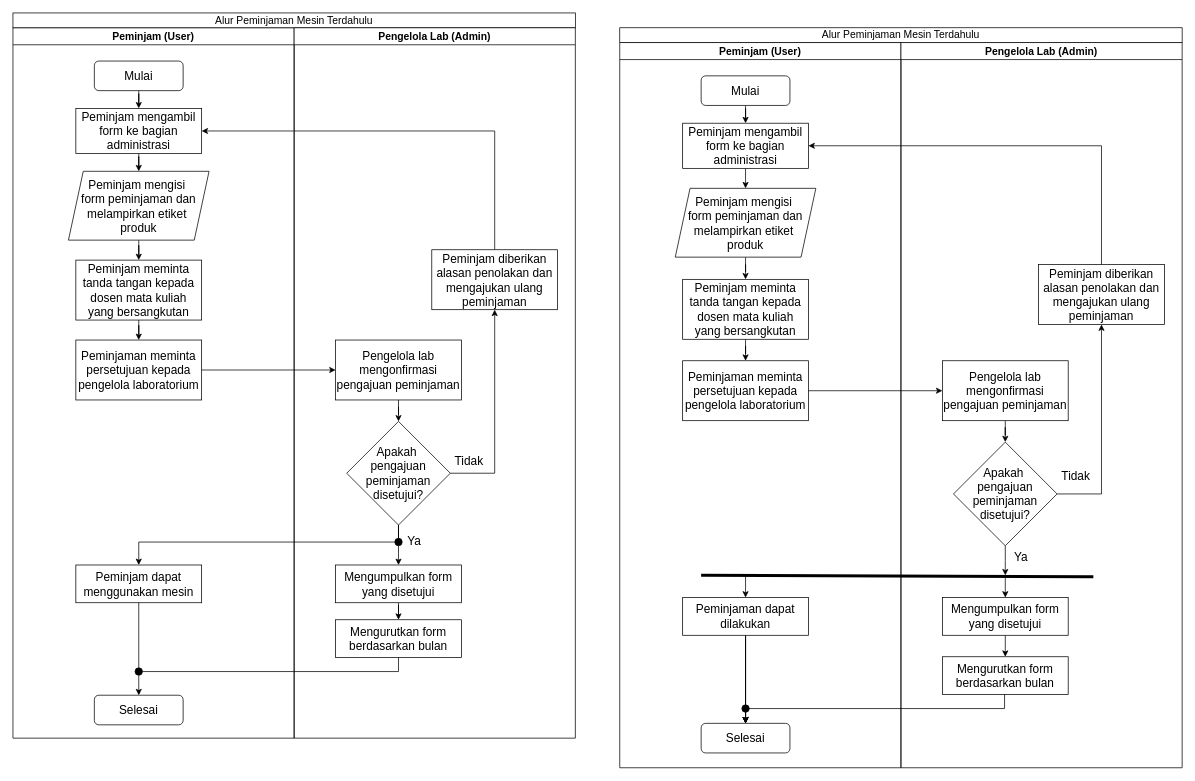
The draw.io diagram page "Salinan Alur Peminjaman Mesin Terdahulu" (10 of 11) of Diagram Aktivitas Admin.drawio.xml in murtianggraeni/TugasAkhir_Flowchart, before the edit. Source tidied: cells renumbered, new cells numbered last; positions are measured from the earlier drawing's top-left corner, leaving out a move shared by most shapes. Both pictures are drawn from the tidied source at 74%, with x=0, y=0 at pixel (13, 13).
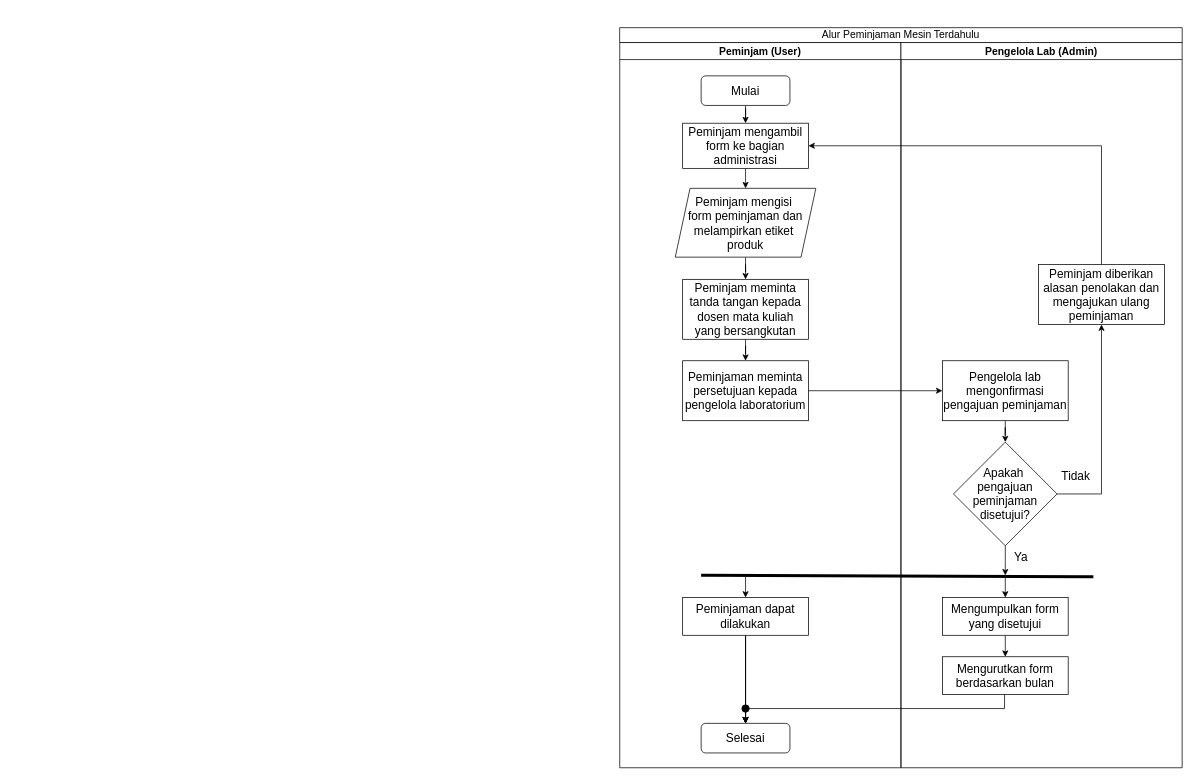
Above is the later version.

What changed in the source:
```diff
@@
-    <mxCell id="2" value="&lt;font style=&quot;font-size: 14px;&quot;&gt;Peminjam (User)&lt;/font&gt;" style="swimlane;whiteSpace=wrap;html=1;" parent="1" vertex="1">
-      <mxGeometry y="20" width="380" height="960" as="geometry" />
-    </mxCell>
-    <mxCell id="3" style="edgeStyle=orthogonalEdgeStyle;rounded=0;jettySize=auto;html=1;entryX=0.5;entryY=0;entryDx=0;entryDy=0;" parent="2" edge="1" source="4" target="6">
-      <mxGeometry relative="1" as="geometry" />
-    </mxCell>
-    <mxCell id="4" value="&lt;span style=&quot;font-size: 16px;&quot;&gt;Mulai&lt;/span&gt;" style="rounded=1;whiteSpace=wrap;html=1;" parent="2" vertex="1">
-      <mxGeometry x="110" y="45" width="120" height="40" as="geometry" />
-    </mxCell>
-    <mxCell id="5" style="edgeStyle=orthogonalEdgeStyle;rounded=0;jettySize=auto;html=1;entryX=0.5;entryY=0;entryDx=0;entryDy=0;" parent="2" edge="1" source="6" target="12">
-      <mxGeometry relative="1" as="geometry" />
-    </mxCell>
-    <mxCell id="6" value="&lt;div style=&quot;&quot;&gt;&lt;span style=&quot;font-size: 16px; background-color: initial;&quot;&gt;Peminjam mengambil form ke bagian administrasi&lt;/span&gt;&lt;/div&gt;" style="rounded=0;whiteSpace=wrap;html=1;align=center;" parent="2" vertex="1">
-      <mxGeometry x="85" y="109" width="170" height="61" as="geometry" />
-    </mxCell>
-    <mxCell id="7" style="edgeStyle=orthogonalEdgeStyle;rounded=0;jettySize=auto;html=1;" parent="2" edge="1" source="8" target="10">
-      <mxGeometry relative="1" as="geometry" />
-    </mxCell>
-    <mxCell id="8" value="&lt;div style=&quot;&quot;&gt;&lt;span style=&quot;font-size: 16px; background-color: initial;&quot;&gt;Peminjam meminta tanda tangan kepada dosen mata kuliah yang bersangkutan&lt;/span&gt;&lt;/div&gt;" style="rounded=0;whiteSpace=wrap;html=1;align=center;" parent="2" vertex="1">
-      <mxGeometry x="85" y="314" width="170" height="81" as="geometry" />
-    </mxCell>
-    <mxCell id="9" value="&lt;span style=&quot;font-size: 16px;&quot;&gt;Selesai&lt;/span&gt;" style="rounded=1;whiteSpace=wrap;html=1;" parent="2" vertex="1">
-      <mxGeometry x="110" y="902" width="120" height="40" as="geometry" />
-    </mxCell>
-    <mxCell id="10" value="&lt;div style=&quot;&quot;&gt;&lt;span style=&quot;font-size: 16px; background-color: initial;&quot;&gt;Peminjaman meminta persetujuan kepada pengelola laboratorium&lt;/span&gt;&lt;/div&gt;" style="rounded=0;whiteSpace=wrap;html=1;align=center;" parent="2" vertex="1">
-      <mxGeometry x="85" y="422" width="170" height="81" as="geometry" />
-    </mxCell>
-    <mxCell id="11" style="edgeStyle=orthogonalEdgeStyle;rounded=0;jettySize=auto;html=1;" parent="2" edge="1" source="12" target="8">
-      <mxGeometry relative="1" as="geometry" />
-    </mxCell>
-    <mxCell id="12" value="&lt;span style=&quot;font-size: 16px;&quot;&gt;Peminjam mengisi&amp;nbsp;&lt;/span&gt;&lt;div&gt;&lt;span style=&quot;font-size: 16px;&quot;&gt;form peminjaman dan melampirkan etiket&amp;nbsp;&lt;/span&gt;&lt;/div&gt;&lt;div&gt;&lt;span style=&quot;font-size: 16px;&quot;&gt;produk&lt;/span&gt;&lt;/div&gt;" style="shape=parallelogram;perimeter=parallelogramPerimeter;whiteSpace=wrap;html=1;fixedSize=1;" parent="2" vertex="1">
-      <mxGeometry x="75" y="194" width="190" height="93" as="geometry" />
-    </mxCell>
-    <mxCell id="13" style="ellipse;whiteSpace=wrap;html=1;fillColor=#000000;" parent="2" vertex="1">
-      <mxGeometry x="165" y="865" width="10" height="10" as="geometry" />
-    </mxCell>
-    <mxCell id="14" style="edgeStyle=orthogonalEdgeStyle;rounded=0;jettySize=auto;html=1;entryX=0.5;entryY=0;entryDx=0;entryDy=0;" parent="2" edge="1" source="13" target="9">
-      <mxGeometry relative="1" as="geometry">
-        <Array as="points">
-          <mxPoint x="170" y="900" />
-        </Array>
-      </mxGeometry>
-    </mxCell>
-    <mxCell id="15" value="&lt;font style=&quot;font-size: 14px;&quot;&gt;Alur Peminjaman Mesin Terdahulu&lt;/font&gt;" style="rounded=0;whiteSpace=wrap;html=1;" parent="1" vertex="1">
-      <mxGeometry width="760" height="20" as="geometry" />
-    </mxCell>
-    <mxCell id="16" value="&lt;font style=&quot;font-size: 14px;&quot;&gt;Pengelola Lab (Admin)&lt;/font&gt;" style="swimlane;whiteSpace=wrap;html=1;" parent="1" vertex="1">
-      <mxGeometry x="380" y="20" width="380" height="960" as="geometry" />
-    </mxCell>
-    <mxCell id="17" style="edgeStyle=orthogonalEdgeStyle;rounded=0;jettySize=auto;html=1;" parent="16" edge="1" source="18" target="22">
-      <mxGeometry relative="1" as="geometry" />
-    </mxCell>
-    <mxCell id="18" value="&lt;div style=&quot;&quot;&gt;&lt;span style=&quot;font-size: 16px; background-color: initial;&quot;&gt;Pengelola lab mengonfirmasi pengajuan peminjaman&lt;/span&gt;&lt;/div&gt;" style="rounded=0;whiteSpace=wrap;html=1;align=center;" parent="16" vertex="1">
-      <mxGeometry x="56" y="422" width="170" height="81" as="geometry" />
-    </mxCell>
-    <mxCell id="19" style="edgeStyle=orthogonalEdgeStyle;rounded=0;jettySize=auto;html=1;entryX=0.5;entryY=0;entryDx=0;entryDy=0;" parent="16" edge="1" source="29" target="20">
-      <mxGeometry relative="1" as="geometry" />
-    </mxCell>
-    <mxCell id="20" value="&lt;div style=&quot;&quot;&gt;&lt;span style=&quot;font-size: 16px;&quot;&gt;Mengurutkan form berdasarkan bulan&lt;/span&gt;&lt;/div&gt;" style="rounded=0;whiteSpace=wrap;html=1;align=center;" parent="16" vertex="1">
-      <mxGeometry x="56" y="800" width="170" height="51" as="geometry" />
-    </mxCell>
-    <mxCell id="21" style="edgeStyle=orthogonalEdgeStyle;rounded=0;jettySize=auto;html=1;entryX=0.5;entryY=0;entryDx=0;entryDy=0;endArrow=none;endFill=0;" parent="16" edge="1" source="22" target="26">
-      <mxGeometry relative="1" as="geometry" />
-    </mxCell>
-    <mxCell id="22" value="&lt;font style=&quot;font-size: 16px;&quot;&gt;Apakah&amp;nbsp;&lt;/font&gt;&lt;div&gt;&lt;font style=&quot;font-size: 16px;&quot;&gt;pengajuan peminjaman disetujui?&lt;/font&gt;&lt;/div&gt;" style="rhombus;whiteSpace=wrap;html=1;" parent="16" vertex="1">
-      <mxGeometry x="71" y="532" width="140" height="140" as="geometry" />
-    </mxCell>
-    <mxCell id="23" style="edgeStyle=orthogonalEdgeStyle;rounded=0;jettySize=auto;html=1;exitX=0.5;exitY=1;exitDx=0;exitDy=0;entryX=0.5;entryY=0;entryDx=0;entryDy=0;" parent="16" edge="1" source="26" target="29">
-      <mxGeometry relative="1" as="geometry" />
-    </mxCell>
-    <mxCell id="24" value="&lt;font style=&quot;font-size: 16px;&quot;&gt;Ya&lt;/font&gt;" style="edgeLabel;html=1;align=center;verticalAlign=middle;" parent="23" vertex="1">
-      <mxGeometry x="0.06" relative="1" as="geometry">
-        <mxPoint x="20" y="-21" as="offset" />
-      </mxGeometry>
-    </mxCell>
-    <mxCell id="25" value="&lt;font style=&quot;font-size: 16px;&quot;&gt;Tidak&lt;/font&gt;" style="text;html=1;align=center;verticalAlign=middle;strokeColor=none;fillColor=none;" parent="16" vertex="1">
-      <mxGeometry x="206" y="570" width="60" height="30" as="geometry" />
-    </mxCell>
-    <mxCell id="26" style="ellipse;whiteSpace=wrap;html=1;fillColor=#000000;" parent="16" vertex="1">
-      <mxGeometry x="136" y="690" width="10" height="10" as="geometry" />
-    </mxCell>
-    <mxCell id="27" value="&lt;div style=&quot;&quot;&gt;&lt;span style=&quot;font-size: 16px;&quot;&gt;Peminjam dapat menggunakan mesin&lt;/span&gt;&lt;br&gt;&lt;/div&gt;" style="rounded=0;whiteSpace=wrap;html=1;align=center;" parent="16" vertex="1">
-      <mxGeometry x="-295" y="726" width="170" height="51" as="geometry" />
-    </mxCell>
-    <mxCell id="28" style="edgeStyle=orthogonalEdgeStyle;rounded=0;jettySize=auto;html=1;entryX=0.5;entryY=0;entryDx=0;entryDy=0;" parent="16" edge="1" source="26" target="27">
-      <mxGeometry relative="1" as="geometry" />
-    </mxCell>
-    <mxCell id="29" value="&lt;div style=&quot;&quot;&gt;&lt;span style=&quot;font-size: 16px;&quot;&gt;Mengumpulkan form yang disetujui&lt;/span&gt;&lt;/div&gt;" style="rounded=0;whiteSpace=wrap;html=1;align=center;" parent="16" vertex="1">
-      <mxGeometry x="56" y="726" width="170" height="51" as="geometry" />
-    </mxCell>
-    <mxCell id="30" style="edgeStyle=orthogonalEdgeStyle;rounded=0;jettySize=auto;html=1;entryX=0;entryY=0.5;entryDx=0;entryDy=0;" parent="1" edge="1" source="10" target="18">
-      <mxGeometry relative="1" as="geometry" />
-    </mxCell>
-    <mxCell id="31" style="edgeStyle=orthogonalEdgeStyle;rounded=0;jettySize=auto;html=1;entryX=1;entryY=0.5;entryDx=0;entryDy=0;exitX=0.5;exitY=0;exitDx=0;exitDy=0;" parent="1" edge="1" source="32" target="6">
-      <mxGeometry relative="1" as="geometry" />
-    </mxCell>
-    <mxCell id="32" value="&lt;div style=&quot;&quot;&gt;&lt;font style=&quot;font-size: 16px;&quot;&gt;Peminjam diberikan alasan penolakan dan mengajukan ulang peminjaman&lt;/font&gt;&lt;/div&gt;" style="rounded=0;whiteSpace=wrap;html=1;align=center;" parent="1" vertex="1">
-      <mxGeometry x="566" y="320" width="170" height="81" as="geometry" />
-    </mxCell>
-    <mxCell id="33" style="edgeStyle=orthogonalEdgeStyle;rounded=0;jettySize=auto;html=1;entryX=0.5;entryY=1;entryDx=0;entryDy=0;" parent="1" edge="1" source="22" target="32">
-      <mxGeometry relative="1" as="geometry">
-        <Array as="points">
-          <mxPoint x="651" y="622" />
-        </Array>
-      </mxGeometry>
-    </mxCell>
@@
-    <mxCell id="70" style="edgeStyle=orthogonalEdgeStyle;rounded=0;jettySize=auto;html=1;entryX=1;entryY=0.5;entryDx=0;entryDy=0;endArrow=none;endFill=0;" parent="1" edge="1" source="20" target="13">
-      <mxGeometry relative="1" as="geometry">
-        <Array as="points">
-          <mxPoint x="521" y="890" />
-        </Array>
-      </mxGeometry>
-    </mxCell>
-    <mxCell id="71" style="edgeStyle=orthogonalEdgeStyle;rounded=0;jettySize=auto;html=1;entryX=0.5;entryY=0;entryDx=0;entryDy=0;endArrow=none;endFill=0;" parent="1" edge="1" source="27" target="13">
-      <mxGeometry relative="1" as="geometry" />
-    </mxCell>
```
